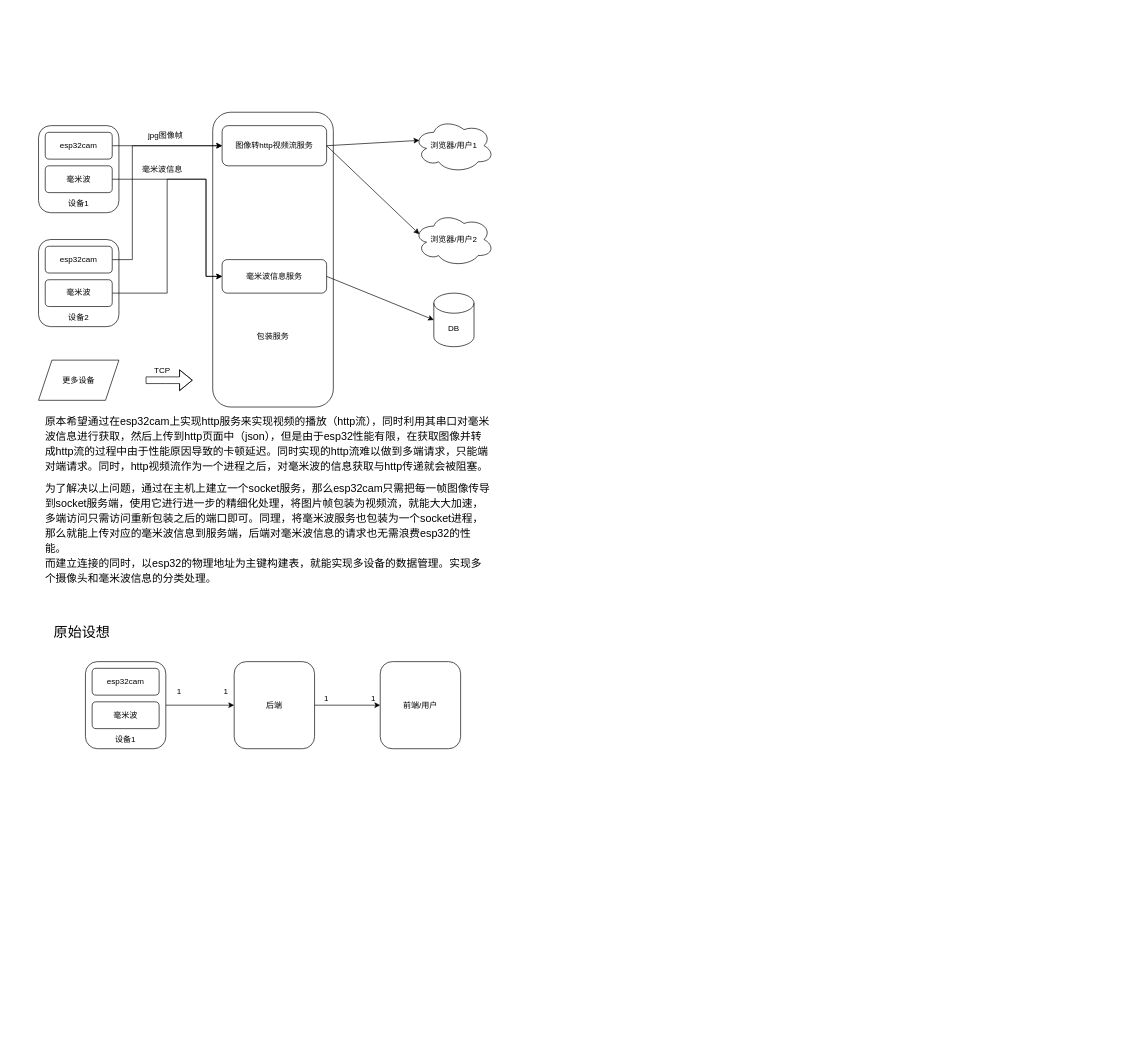
Above: page "第 5 页" (5 of 19) of spring.drawio in Duxingmengshou/Duxingmengshou.github.io (draw.io), before the change. Source tidied: cells renumbered, new cells numbered last; positions are measured from the earlier drawing's top-left corner, leaving out a move shared by most shapes. Both pictures are drawn from the tidied source at 67%, with x=0, y=0 at pixel (11, 112).
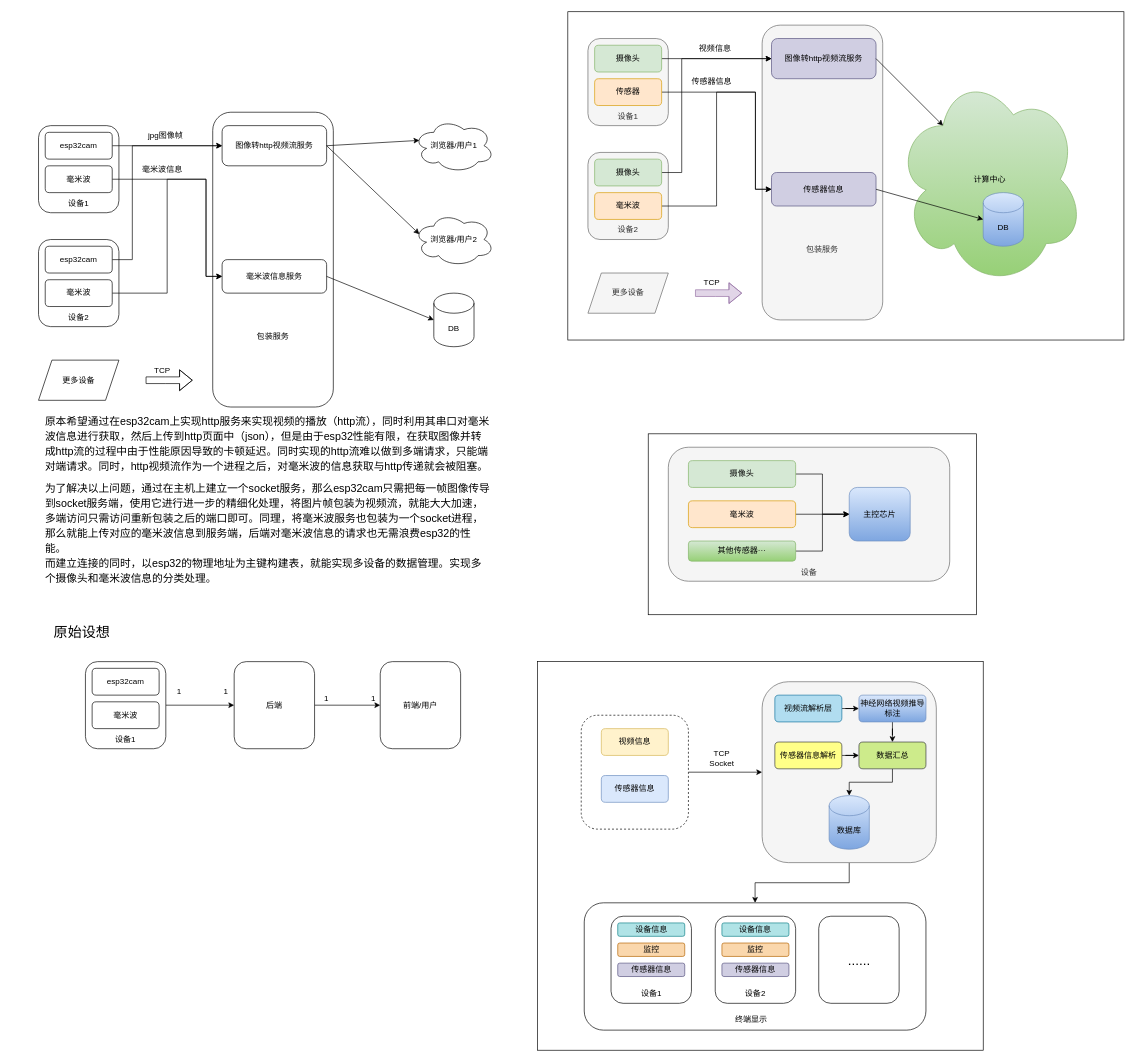
The same diagram, later.

Diff of the diagram source:
```diff
@@
+    <mxCell id="39" style="rounded=0;whiteSpace=wrap;html=1;" parent="1" vertex="1">
+      <mxGeometry x="784.5" y="820" width="665.5" height="580" as="geometry" />
+    </mxCell>
+    <mxCell id="40" style="edgeStyle=orthogonalEdgeStyle;rounded=0;jettySize=auto;html=1;exitX=1;exitY=0.5;exitDx=0;exitDy=0;" parent="1" edge="1" source="41" target="43">
+      <mxGeometry relative="1" as="geometry" />
+    </mxCell>
+    <mxCell id="41" style="rounded=1;whiteSpace=wrap;html=1;dashed=1;" parent="1" vertex="1">
+      <mxGeometry x="850" y="900" width="160" height="170" as="geometry" />
+    </mxCell>
+    <mxCell id="42" style="edgeStyle=orthogonalEdgeStyle;rounded=0;jettySize=auto;html=1;exitX=0.5;exitY=1;exitDx=0;exitDy=0;entryX=0.5;entryY=0;entryDx=0;entryDy=0;" parent="1" edge="1" source="43" target="88">
+      <mxGeometry relative="1" as="geometry" />
+    </mxCell>
+    <mxCell id="43" style="rounded=1;whiteSpace=wrap;html=1;fillColor=#f5f5f5;strokeColor=#666666;fontColor=#333333;" parent="1" vertex="1">
+      <mxGeometry x="1120" y="850" width="260" height="270" as="geometry" />
+    </mxCell>
+    <mxCell id="44" style="rounded=0;whiteSpace=wrap;html=1;" parent="1" vertex="1">
+      <mxGeometry x="950" y="480" width="490" height="270" as="geometry" />
+    </mxCell>
+    <mxCell id="45" style="rounded=0;whiteSpace=wrap;html=1;" parent="1" vertex="1">
+      <mxGeometry x="830" y="-150" width="830" height="490" as="geometry" />
+    </mxCell>
@@
+    <mxCell id="46" value="&lt;br&gt;&lt;br&gt;&lt;br&gt;&lt;br&gt;&lt;br&gt;&lt;br&gt;&lt;br&gt;设备1" style="rounded=1;whiteSpace=wrap;html=1;fillColor=#f5f5f5;fontColor=#333333;strokeColor=#666666;" parent="1" vertex="1">
+      <mxGeometry x="860" y="-110" width="120" height="130" as="geometry" />
+    </mxCell>
+    <mxCell id="47" value="&lt;br&gt;&lt;br&gt;&lt;br&gt;&lt;br&gt;&lt;br&gt;&lt;br&gt;&lt;br&gt;&lt;br&gt;&lt;br&gt;&lt;br&gt;&lt;br&gt;&lt;br&gt;&lt;br&gt;&lt;br&gt;&lt;br&gt;&lt;br&gt;包装服务" style="rounded=1;whiteSpace=wrap;html=1;fillColor=#f5f5f5;fontColor=#333333;strokeColor=#666666;" parent="1" vertex="1">
+      <mxGeometry x="1120" y="-130" width="180" height="440" as="geometry" />
+    </mxCell>
+    <mxCell id="48" style="edgeStyle=orthogonalEdgeStyle;rounded=0;jettySize=auto;html=1;" parent="1" edge="1" source="49" target="52">
+      <mxGeometry relative="1" as="geometry" />
+    </mxCell>
+    <mxCell id="49" value="摄像头" style="rounded=1;whiteSpace=wrap;html=1;fillColor=#d5e8d4;strokeColor=#82b366;" parent="1" vertex="1">
+      <mxGeometry x="870" y="-100" width="100" height="40" as="geometry" />
+    </mxCell>
+    <mxCell id="50" style="edgeStyle=orthogonalEdgeStyle;rounded=0;jettySize=auto;html=1;entryX=0;entryY=0.5;entryDx=0;entryDy=0;" parent="1" edge="1" source="51" target="53">
+      <mxGeometry relative="1" as="geometry">
+        <Array as="points">
+          <mxPoint x="1110" y="-30" />
+          <mxPoint x="1110" y="115" />
+        </Array>
+      </mxGeometry>
+    </mxCell>
+    <mxCell id="51" value="传感器" style="rounded=1;whiteSpace=wrap;html=1;fillColor=#ffe6cc;strokeColor=#d79b00;" parent="1" vertex="1">
+      <mxGeometry x="870" y="-50" width="100" height="40" as="geometry" />
+    </mxCell>
+    <mxCell id="52" value="图像转http视频流服务" style="rounded=1;whiteSpace=wrap;html=1;fillColor=#d0cee2;strokeColor=#56517e;" parent="1" vertex="1">
+      <mxGeometry x="1134" y="-110" width="156" height="60" as="geometry" />
+    </mxCell>
+    <mxCell id="53" value="传感器信息" style="rounded=1;whiteSpace=wrap;html=1;fillColor=#d0cee2;strokeColor=#56517e;" parent="1" vertex="1">
+      <mxGeometry x="1134" y="90" width="156" height="50" as="geometry" />
+    </mxCell>
+    <mxCell id="54" value="视频信息" style="text;html=1;strokeColor=none;fillColor=none;align=center;verticalAlign=middle;whiteSpace=wrap;rounded=0;" parent="1" vertex="1">
+      <mxGeometry x="1020" y="-110" width="60" height="30" as="geometry" />
+    </mxCell>
+    <mxCell id="55" value="传感器信息" style="text;html=1;strokeColor=none;fillColor=none;align=center;verticalAlign=middle;whiteSpace=wrap;rounded=0;" parent="1" vertex="1">
+      <mxGeometry x="1000" y="-60" width="90" height="30" as="geometry" />
+    </mxCell>
+    <mxCell id="56" value="&lt;br&gt;&lt;br&gt;&lt;br&gt;&lt;br&gt;&lt;br&gt;&lt;br&gt;&lt;br&gt;设备2" style="rounded=1;whiteSpace=wrap;html=1;fillColor=#f5f5f5;fontColor=#333333;strokeColor=#666666;" parent="1" vertex="1">
+      <mxGeometry x="860" y="60" width="120" height="130" as="geometry" />
+    </mxCell>
+    <mxCell id="57" style="edgeStyle=orthogonalEdgeStyle;rounded=0;jettySize=auto;html=1;entryX=0;entryY=0.5;entryDx=0;entryDy=0;" parent="1" edge="1" source="58" target="52">
+      <mxGeometry relative="1" as="geometry">
+        <Array as="points">
+          <mxPoint x="1000" y="90" />
+          <mxPoint x="1000" y="-80" />
+        </Array>
+      </mxGeometry>
+    </mxCell>
+    <mxCell id="58" value="摄像头" style="rounded=1;whiteSpace=wrap;html=1;fillColor=#d5e8d4;strokeColor=#82b366;" parent="1" vertex="1">
+      <mxGeometry x="870" y="70" width="100" height="40" as="geometry" />
+    </mxCell>
+    <mxCell id="59" style="edgeStyle=orthogonalEdgeStyle;rounded=0;jettySize=auto;html=1;entryX=0;entryY=0.5;entryDx=0;entryDy=0;" parent="1" edge="1" source="60" target="53">
+      <mxGeometry relative="1" as="geometry">
+        <Array as="points">
+          <mxPoint x="1052" y="140" />
+          <mxPoint x="1052" y="-30" />
+          <mxPoint x="1110" y="-30" />
+          <mxPoint x="1110" y="115" />
+        </Array>
+      </mxGeometry>
+    </mxCell>
+    <mxCell id="60" value="毫米波" style="rounded=1;whiteSpace=wrap;html=1;fillColor=#ffe6cc;strokeColor=#d79b00;" parent="1" vertex="1">
+      <mxGeometry x="870" y="120" width="100" height="40" as="geometry" />
+    </mxCell>
+    <mxCell id="61" value="更多设备" style="shape=parallelogram;perimeter=parallelogramPerimeter;whiteSpace=wrap;html=1;fixedSize=1;fillColor=#f5f5f5;fontColor=#333333;strokeColor=#666666;" parent="1" vertex="1">
+      <mxGeometry x="860" y="240" width="120" height="60" as="geometry" />
+    </mxCell>
+    <mxCell id="62" value="计算中心" style="ellipse;shape=cloud;whiteSpace=wrap;html=1;fillColor=#d5e8d4;gradientColor=#97d077;strokeColor=#82b366;" parent="1" vertex="1">
+      <mxGeometry x="1320" y="-60" width="280" height="320" as="geometry" />
+    </mxCell>
+    <mxCell id="63" style="endArrow=classic;html=1;rounded=0;exitX=1;exitY=0.5;exitDx=0;exitDy=0;entryX=0.25;entryY=0.25;entryDx=0;entryDy=0;entryPerimeter=0;" parent="1" edge="1" source="52" target="62">
+      <mxGeometry relative="1" as="geometry" />
+    </mxCell>
+    <mxCell id="64" style="shape=flexArrow;endArrow=classic;html=1;rounded=0;fillColor=#e1d5e7;strokeColor=#9673a6;" parent="1" edge="1">
+      <mxGeometry relative="1" as="geometry">
+        <mxPoint x="1020" y="270" as="sourcePoint" />
+        <mxPoint x="1090" y="270" as="targetPoint" />
+        <Array as="points">
+          <mxPoint x="1050" y="270" />
+        </Array>
+      </mxGeometry>
+    </mxCell>
+    <mxCell id="65" value="TCP" style="text;html=1;strokeColor=none;fillColor=none;align=center;verticalAlign=middle;whiteSpace=wrap;rounded=0;" parent="1" vertex="1">
+      <mxGeometry x="1015" y="240" width="60" height="30" as="geometry" />
+    </mxCell>
+    <mxCell id="66" value="DB" style="shape=cylinder3;whiteSpace=wrap;html=1;boundedLbl=1;backgroundOutline=1;size=15;fillColor=#dae8fc;gradientColor=#7ea6e0;strokeColor=#6c8ebf;" parent="1" vertex="1">
+      <mxGeometry x="1450" y="120" width="60" height="80" as="geometry" />
+    </mxCell>
+    <mxCell id="67" style="endArrow=classic;html=1;rounded=0;exitX=1;exitY=0.5;exitDx=0;exitDy=0;entryX=0;entryY=0.5;entryDx=0;entryDy=0;entryPerimeter=0;" parent="1" edge="1" source="53" target="66">
+      <mxGeometry relative="1" as="geometry" />
+    </mxCell>
+    <mxCell id="68" value="&lt;br&gt;&lt;br&gt;&lt;br&gt;&lt;br&gt;&lt;br&gt;&lt;br&gt;&lt;br&gt;&lt;br&gt;&lt;br&gt;&lt;br&gt;&lt;br&gt;&lt;br&gt;设备" style="rounded=1;whiteSpace=wrap;html=1;fillColor=#f5f5f5;fontColor=#333333;strokeColor=#666666;" parent="1" vertex="1">
+      <mxGeometry x="980" y="500" width="420" height="200" as="geometry" />
+    </mxCell>
+    <mxCell id="69" style="edgeStyle=orthogonalEdgeStyle;rounded=0;jettySize=auto;html=1;" parent="1" edge="1" source="70" target="75">
+      <mxGeometry relative="1" as="geometry" />
+    </mxCell>
+    <mxCell id="70" value="摄像头" style="rounded=1;whiteSpace=wrap;html=1;fillColor=#d5e8d4;strokeColor=#82b366;" parent="1" vertex="1">
+      <mxGeometry x="1010" y="520" width="160" height="40" as="geometry" />
+    </mxCell>
+    <mxCell id="71" style="edgeStyle=orthogonalEdgeStyle;rounded=0;jettySize=auto;html=1;" parent="1" edge="1" source="72" target="75">
+      <mxGeometry relative="1" as="geometry" />
+    </mxCell>
+    <mxCell id="72" value="毫米波" style="rounded=1;whiteSpace=wrap;html=1;fillColor=#ffe6cc;strokeColor=#d79b00;" parent="1" vertex="1">
+      <mxGeometry x="1010" y="580" width="160" height="40" as="geometry" />
+    </mxCell>
+    <mxCell id="73" style="edgeStyle=orthogonalEdgeStyle;rounded=0;jettySize=auto;html=1;" parent="1" edge="1" source="74" target="75">
+      <mxGeometry relative="1" as="geometry" />
+    </mxCell>
+    <mxCell id="74" value="其他传感器···" style="rounded=1;whiteSpace=wrap;html=1;fillColor=#d5e8d4;strokeColor=#82b366;gradientColor=#97d077;" parent="1" vertex="1">
+      <mxGeometry x="1010" y="640" width="160" height="30" as="geometry" />
+    </mxCell>
+    <mxCell id="75" value="主控芯片" style="rounded=1;whiteSpace=wrap;html=1;fillColor=#dae8fc;strokeColor=#6c8ebf;gradientColor=#7ea6e0;" parent="1" vertex="1">
+      <mxGeometry x="1250" y="560" width="91" height="80" as="geometry" />
+    </mxCell>
+    <mxCell id="76" value="视频信息" style="rounded=1;whiteSpace=wrap;html=1;fillColor=#fff2cc;strokeColor=#d6b656;" parent="1" vertex="1">
+      <mxGeometry x="880" y="920" width="100" height="40" as="geometry" />
+    </mxCell>
+    <mxCell id="77" value="传感器信息" style="rounded=1;whiteSpace=wrap;html=1;fillColor=#dae8fc;strokeColor=#6c8ebf;" parent="1" vertex="1">
+      <mxGeometry x="880" y="990" width="100" height="40" as="geometry" />
+    </mxCell>
+    <mxCell id="78" style="edgeStyle=orthogonalEdgeStyle;rounded=0;jettySize=auto;html=1;" parent="1" edge="1" source="79" target="81">
+      <mxGeometry relative="1" as="geometry" />
+    </mxCell>
+    <mxCell id="79" value="视频流解析层" style="rounded=1;whiteSpace=wrap;html=1;fillColor=#b1ddf0;strokeColor=#10739e;" parent="1" vertex="1">
+      <mxGeometry x="1139" y="870" width="100" height="40" as="geometry" />
+    </mxCell>
+    <mxCell id="80" style="edgeStyle=orthogonalEdgeStyle;rounded=0;jettySize=auto;html=1;" parent="1" edge="1" source="81" target="85">
+      <mxGeometry relative="1" as="geometry" />
+    </mxCell>
+    <mxCell id="81" value="神经网络视频推导标注" style="rounded=1;whiteSpace=wrap;html=1;fillColor=#dae8fc;strokeColor=#6c8ebf;gradientColor=#7ea6e0;" parent="1" vertex="1">
+      <mxGeometry x="1264.5" y="870" width="100" height="40" as="geometry" />
+    </mxCell>
+    <mxCell id="82" style="edgeStyle=orthogonalEdgeStyle;rounded=0;jettySize=auto;html=1;" parent="1" edge="1" source="83" target="85">
+      <mxGeometry relative="1" as="geometry" />
+    </mxCell>
+    <mxCell id="83" value="传感器信息解析" style="rounded=1;whiteSpace=wrap;html=1;fillColor=#ffff88;strokeColor=#36393d;" parent="1" vertex="1">
+      <mxGeometry x="1139" y="940" width="100" height="40" as="geometry" />
+    </mxCell>
+    <mxCell id="84" style="edgeStyle=orthogonalEdgeStyle;rounded=0;jettySize=auto;html=1;" parent="1" edge="1" source="85" target="86">
+      <mxGeometry relative="1" as="geometry" />
+    </mxCell>
+    <mxCell id="85" value="数据汇总" style="rounded=1;whiteSpace=wrap;html=1;fillColor=#cdeb8b;strokeColor=#36393d;" parent="1" vertex="1">
+      <mxGeometry x="1264.5" y="940" width="100" height="40" as="geometry" />
+    </mxCell>
+    <mxCell id="86" value="数据库" style="shape=cylinder3;whiteSpace=wrap;html=1;boundedLbl=1;backgroundOutline=1;size=15;fillColor=#dae8fc;gradientColor=#7ea6e0;strokeColor=#6c8ebf;" parent="1" vertex="1">
+      <mxGeometry x="1220" y="1020" width="60" height="80" as="geometry" />
+    </mxCell>
+    <mxCell id="87" value="TCP Socket" style="text;html=1;align=center;verticalAlign=middle;whiteSpace=wrap;rounded=0;" parent="1" vertex="1">
+      <mxGeometry x="1030" y="950" width="60" height="30" as="geometry" />
+    </mxCell>
+    <mxCell id="88" style="rounded=1;whiteSpace=wrap;html=1;" parent="1" vertex="1">
+      <mxGeometry x="854.5" y="1180" width="510" height="190" as="geometry" />
+    </mxCell>
+    <mxCell id="89" style="rounded=1;whiteSpace=wrap;html=1;" parent="1" vertex="1">
+      <mxGeometry x="894.5" y="1200" width="120" height="130" as="geometry" />
+    </mxCell>
+    <mxCell id="90" value="&lt;font style=&quot;font-size: 20px;&quot;&gt;......&lt;/font&gt;" style="rounded=1;whiteSpace=wrap;html=1;" parent="1" vertex="1">
+      <mxGeometry x="1204.5" y="1200" width="120" height="130" as="geometry" />
+    </mxCell>
+    <mxCell id="91" value="监控" style="rounded=1;whiteSpace=wrap;html=1;fillColor=#fad7ac;strokeColor=#b46504;" parent="1" vertex="1">
+      <mxGeometry x="904.5" y="1240" width="100" height="20" as="geometry" />
+    </mxCell>
+    <mxCell id="92" value="设备信息" style="rounded=1;whiteSpace=wrap;html=1;fillColor=#b0e3e6;strokeColor=#0e8088;" parent="1" vertex="1">
+      <mxGeometry x="904.5" y="1210" width="100" height="20" as="geometry" />
+    </mxCell>
+    <mxCell id="93" value="传感器信息" style="rounded=1;whiteSpace=wrap;html=1;fillColor=#d0cee2;strokeColor=#56517e;" parent="1" vertex="1">
+      <mxGeometry x="904.5" y="1270" width="100" height="20" as="geometry" />
+    </mxCell>
+    <mxCell id="94" value="设备1" style="text;html=1;align=center;verticalAlign=middle;whiteSpace=wrap;rounded=0;" parent="1" vertex="1">
+      <mxGeometry x="924.5" y="1300" width="60" height="30" as="geometry" />
+    </mxCell>
+    <mxCell id="95" style="rounded=1;whiteSpace=wrap;html=1;" parent="1" vertex="1">
+      <mxGeometry x="1050" y="1200" width="120" height="130" as="geometry" />
+    </mxCell>
+    <mxCell id="96" value="监控" style="rounded=1;whiteSpace=wrap;html=1;fillColor=#fad7ac;strokeColor=#b46504;" parent="1" vertex="1">
+      <mxGeometry x="1060" y="1240" width="100" height="20" as="geometry" />
+    </mxCell>
+    <mxCell id="97" value="设备信息" style="rounded=1;whiteSpace=wrap;html=1;fillColor=#b0e3e6;strokeColor=#0e8088;" parent="1" vertex="1">
+      <mxGeometry x="1060" y="1210" width="100" height="20" as="geometry" />
+    </mxCell>
+    <mxCell id="98" value="传感器信息" style="rounded=1;whiteSpace=wrap;html=1;fillColor=#d0cee2;strokeColor=#56517e;" parent="1" vertex="1">
+      <mxGeometry x="1060" y="1270" width="100" height="20" as="geometry" />
+    </mxCell>
+    <mxCell id="99" value="设备2" style="text;html=1;align=center;verticalAlign=middle;whiteSpace=wrap;rounded=0;" parent="1" vertex="1">
+      <mxGeometry x="1080" y="1300" width="60" height="30" as="geometry" />
+    </mxCell>
+    <mxCell id="100" value="终端显示" style="text;html=1;align=center;verticalAlign=middle;whiteSpace=wrap;rounded=0;" parent="1" vertex="1">
+      <mxGeometry x="1074" y="1340" width="60" height="30" as="geometry" />
+    </mxCell>
```
